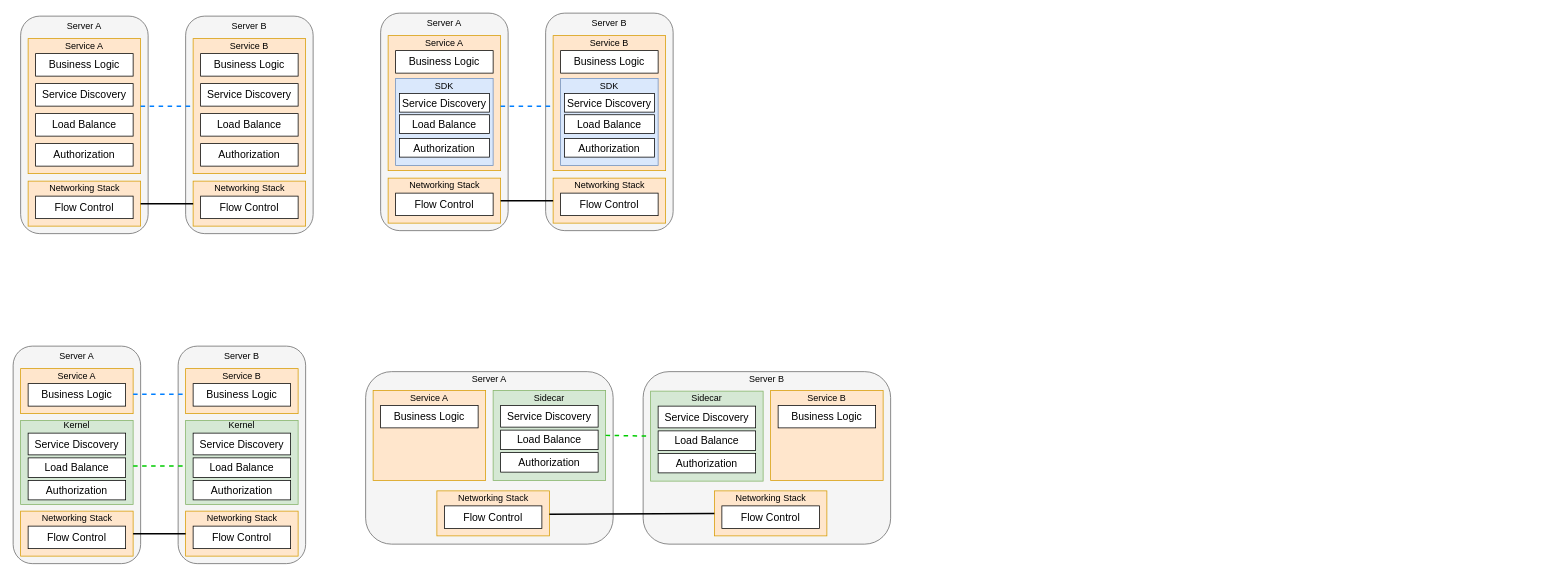
The draw.io diagram page "Page-1" (1 of 5) of service-mesh.drawio in wehyy/my-world, before the edit. Source tidied: cells renumbered, new cells numbered last; positions are measured from the earlier drawing's top-left corner, leaving out a move shared by most shapes. Both pictures are drawn from the tidied source at 75%, with x=0, y=0 at pixel (13, 13).
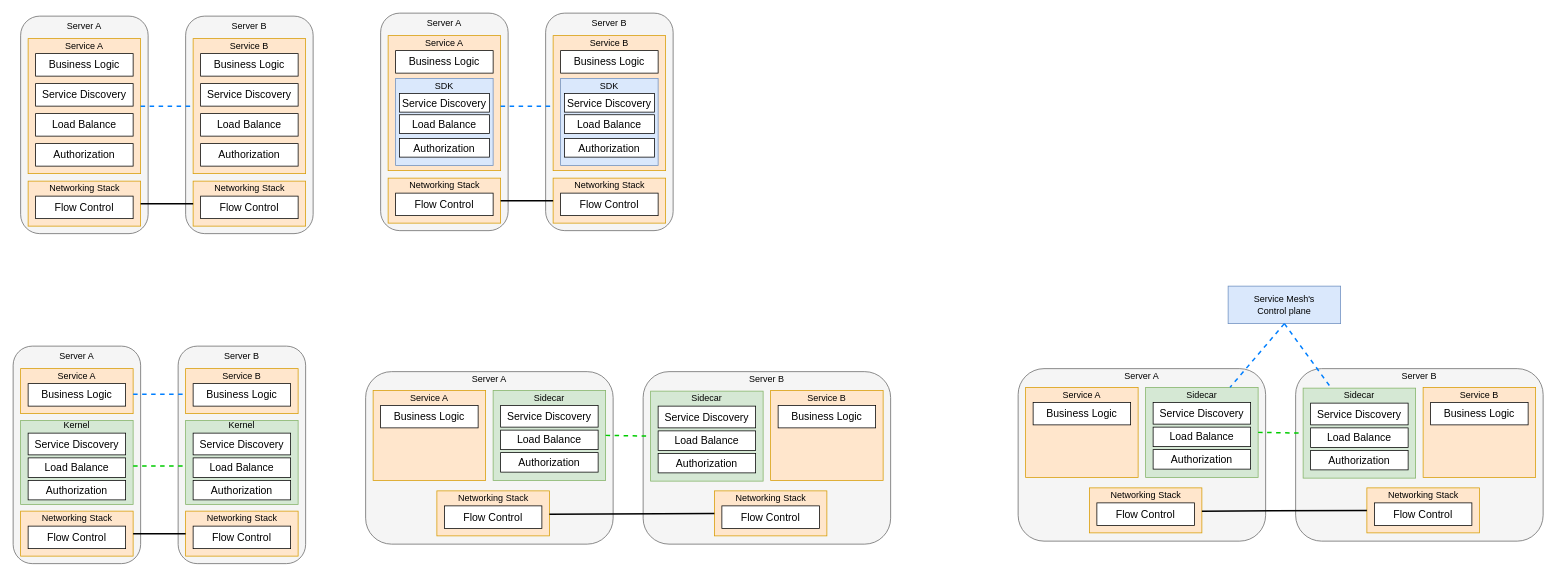
The same diagram, later.

Change to the diagram source:
```diff
@@
+    <mxCell id="125" style="rounded=1;whiteSpace=wrap;html=1;fillColor=#f5f5f5;fontColor=#333333;strokeColor=#666666;glass=0;" parent="1" vertex="1">
+      <mxGeometry x="1340" y="474" width="330" height="230" as="geometry" />
+    </mxCell>
+    <mxCell id="126" style="rounded=0;whiteSpace=wrap;html=1;fillColor=#ffe6cc;strokeColor=#d79b00;" parent="1" vertex="1">
+      <mxGeometry x="1350" y="499" width="150" height="120" as="geometry" />
+    </mxCell>
+    <mxCell id="127" value="&lt;font style=&quot;font-size: 14px;&quot;&gt;Business Logic&lt;/font&gt;" style="rounded=0;whiteSpace=wrap;html=1;" parent="1" vertex="1">
+      <mxGeometry x="1360" y="519" width="130" height="30" as="geometry" />
+    </mxCell>
+    <mxCell id="128" value="Service A" style="text;html=1;strokeColor=none;fillColor=none;align=center;verticalAlign=middle;whiteSpace=wrap;rounded=0;" parent="1" vertex="1">
+      <mxGeometry x="1395" y="499" width="60" height="20" as="geometry" />
+    </mxCell>
+    <mxCell id="129" style="rounded=0;whiteSpace=wrap;html=1;fillColor=#d5e8d4;strokeColor=#82b366;" parent="1" vertex="1">
+      <mxGeometry x="1510" y="499" width="150" height="120" as="geometry" />
+    </mxCell>
+    <mxCell id="130" value="Sidecar" style="text;html=1;strokeColor=none;fillColor=none;align=center;verticalAlign=middle;whiteSpace=wrap;rounded=0;" parent="1" vertex="1">
+      <mxGeometry x="1555" y="498" width="60" height="21" as="geometry" />
+    </mxCell>
+    <mxCell id="131" value="&lt;font style=&quot;font-size: 14px;&quot;&gt;Service Discovery&lt;/font&gt;" style="rounded=0;whiteSpace=wrap;html=1;" parent="1" vertex="1">
+      <mxGeometry x="1520" y="519" width="130" height="29" as="geometry" />
+    </mxCell>
+    <mxCell id="132" value="&lt;font style=&quot;font-size: 14px;&quot;&gt;Load Balance&lt;/font&gt;" style="rounded=0;whiteSpace=wrap;html=1;" parent="1" vertex="1">
+      <mxGeometry x="1520" y="552" width="130" height="26" as="geometry" />
+    </mxCell>
+    <mxCell id="133" value="&lt;font style=&quot;font-size: 14px;&quot;&gt;Authorization&lt;/font&gt;" style="rounded=0;whiteSpace=wrap;html=1;" parent="1" vertex="1">
+      <mxGeometry x="1520" y="582" width="130" height="26" as="geometry" />
+    </mxCell>
+    <mxCell id="134" style="group;" parent="1" vertex="1">
+      <mxGeometry x="1435" y="633" width="150" height="60" as="geometry" />
+    </mxCell>
+    <mxCell id="135" style="rounded=0;whiteSpace=wrap;html=1;fillColor=#ffe6cc;strokeColor=#d79b00;" parent="134" vertex="1">
+      <mxGeometry width="150" height="60" as="geometry" />
+    </mxCell>
+    <mxCell id="136" value="Networking Stack" style="text;html=1;strokeColor=none;fillColor=none;align=center;verticalAlign=middle;whiteSpace=wrap;rounded=0;" parent="134" vertex="1">
+      <mxGeometry x="22.5" width="105" height="20" as="geometry" />
+    </mxCell>
+    <mxCell id="137" value="&lt;span style=&quot;font-size: 14px;&quot;&gt;Flow Control&lt;/span&gt;" style="rounded=0;whiteSpace=wrap;html=1;" parent="134" vertex="1">
+      <mxGeometry x="10" y="20" width="130" height="30" as="geometry" />
+    </mxCell>
+    <mxCell id="138" value="Server A" style="text;html=1;strokeColor=none;fillColor=none;align=center;verticalAlign=middle;whiteSpace=wrap;rounded=0;" parent="1" vertex="1">
+      <mxGeometry x="1475" y="474" width="60" height="20" as="geometry" />
+    </mxCell>
+    <mxCell id="139" style="rounded=1;whiteSpace=wrap;html=1;fillColor=#f5f5f5;fontColor=#333333;strokeColor=#666666;glass=0;" parent="1" vertex="1">
+      <mxGeometry x="1710" y="474" width="330" height="230" as="geometry" />
+    </mxCell>
+    <mxCell id="140" style="rounded=0;whiteSpace=wrap;html=1;fillColor=#ffe6cc;strokeColor=#d79b00;" parent="1" vertex="1">
+      <mxGeometry x="1880" y="499" width="150" height="120" as="geometry" />
+    </mxCell>
+    <mxCell id="141" value="&lt;font style=&quot;font-size: 14px;&quot;&gt;Business Logic&lt;/font&gt;" style="rounded=0;whiteSpace=wrap;html=1;" parent="1" vertex="1">
+      <mxGeometry x="1890" y="519" width="130" height="30" as="geometry" />
+    </mxCell>
+    <mxCell id="142" value="Service B" style="text;html=1;strokeColor=none;fillColor=none;align=center;verticalAlign=middle;whiteSpace=wrap;rounded=0;" parent="1" vertex="1">
+      <mxGeometry x="1925" y="499" width="60" height="20" as="geometry" />
+    </mxCell>
+    <mxCell id="143" style="rounded=0;whiteSpace=wrap;html=1;fillColor=#d5e8d4;strokeColor=#82b366;" parent="1" vertex="1">
+      <mxGeometry x="1720" y="500" width="150" height="120" as="geometry" />
+    </mxCell>
+    <mxCell id="144" value="Sidecar" style="text;html=1;strokeColor=none;fillColor=none;align=center;verticalAlign=middle;whiteSpace=wrap;rounded=0;" parent="1" vertex="1">
+      <mxGeometry x="1765" y="499" width="60" height="21" as="geometry" />
+    </mxCell>
+    <mxCell id="145" value="&lt;font style=&quot;font-size: 14px;&quot;&gt;Service Discovery&lt;/font&gt;" style="rounded=0;whiteSpace=wrap;html=1;" parent="1" vertex="1">
+      <mxGeometry x="1730" y="520" width="130" height="29" as="geometry" />
+    </mxCell>
+    <mxCell id="146" value="&lt;font style=&quot;font-size: 14px;&quot;&gt;Load Balance&lt;/font&gt;" style="rounded=0;whiteSpace=wrap;html=1;" parent="1" vertex="1">
+      <mxGeometry x="1730" y="553" width="130" height="26" as="geometry" />
+    </mxCell>
+    <mxCell id="147" value="&lt;font style=&quot;font-size: 14px;&quot;&gt;Authorization&lt;/font&gt;" style="rounded=0;whiteSpace=wrap;html=1;" parent="1" vertex="1">
+      <mxGeometry x="1730" y="583" width="130" height="26" as="geometry" />
+    </mxCell>
+    <mxCell id="148" style="group;" parent="1" vertex="1">
+      <mxGeometry x="1805" y="633" width="150" height="60" as="geometry" />
+    </mxCell>
+    <mxCell id="149" style="rounded=0;whiteSpace=wrap;html=1;fillColor=#ffe6cc;strokeColor=#d79b00;" parent="148" vertex="1">
+      <mxGeometry width="150" height="60" as="geometry" />
+    </mxCell>
+    <mxCell id="150" value="Networking Stack" style="text;html=1;strokeColor=none;fillColor=none;align=center;verticalAlign=middle;whiteSpace=wrap;rounded=0;" parent="148" vertex="1">
+      <mxGeometry x="22.5" width="105" height="20" as="geometry" />
+    </mxCell>
+    <mxCell id="151" value="&lt;span style=&quot;font-size: 14px;&quot;&gt;Flow Control&lt;/span&gt;" style="rounded=0;whiteSpace=wrap;html=1;" parent="148" vertex="1">
+      <mxGeometry x="10" y="20" width="130" height="30" as="geometry" />
+    </mxCell>
+    <mxCell id="152" value="Server B" style="text;html=1;strokeColor=none;fillColor=none;align=center;verticalAlign=middle;whiteSpace=wrap;rounded=0;" parent="1" vertex="1">
+      <mxGeometry x="1845" y="474" width="60" height="20" as="geometry" />
+    </mxCell>
+    <mxCell id="153" style="endArrow=none;html=1;rounded=0;entryX=0;entryY=0.5;entryDx=0;entryDy=0;strokeWidth=2;" parent="1" edge="1" target="149">
+      <mxGeometry relative="1" as="geometry">
+        <mxPoint x="1585" y="664" as="sourcePoint" />
+      </mxGeometry>
+    </mxCell>
+    <mxCell id="154" style="endArrow=none;dashed=1;html=1;rounded=0;entryX=0;entryY=0.5;entryDx=0;entryDy=0;exitX=1;exitY=0.5;exitDx=0;exitDy=0;strokeColor=#00CC00;strokeWidth=2;" parent="1" edge="1" source="129" target="143">
+      <mxGeometry relative="1" as="geometry" />
+    </mxCell>
+    <mxCell id="155" value="Service Mesh's &lt;br&gt;Control plane" style="rounded=0;whiteSpace=wrap;html=1;fillColor=#dae8fc;strokeColor=#6c8ebf;" parent="1" vertex="1">
+      <mxGeometry x="1620" y="364" width="150" height="50" as="geometry" />
+    </mxCell>
+    <mxCell id="156" style="endArrow=none;dashed=1;html=1;rounded=0;entryX=0.75;entryY=0;entryDx=0;entryDy=0;exitX=0.5;exitY=1;exitDx=0;exitDy=0;strokeColor=#007FFF;strokeWidth=2;" parent="1" edge="1" source="155" target="129">
+      <mxGeometry relative="1" as="geometry" />
+    </mxCell>
+    <mxCell id="157" style="endArrow=none;dashed=1;html=1;rounded=0;entryX=0.25;entryY=0;entryDx=0;entryDy=0;exitX=0.5;exitY=1;exitDx=0;exitDy=0;strokeColor=#007FFF;strokeWidth=2;" parent="1" edge="1" source="155" target="143">
+      <mxGeometry relative="1" as="geometry" />
+    </mxCell>
```
